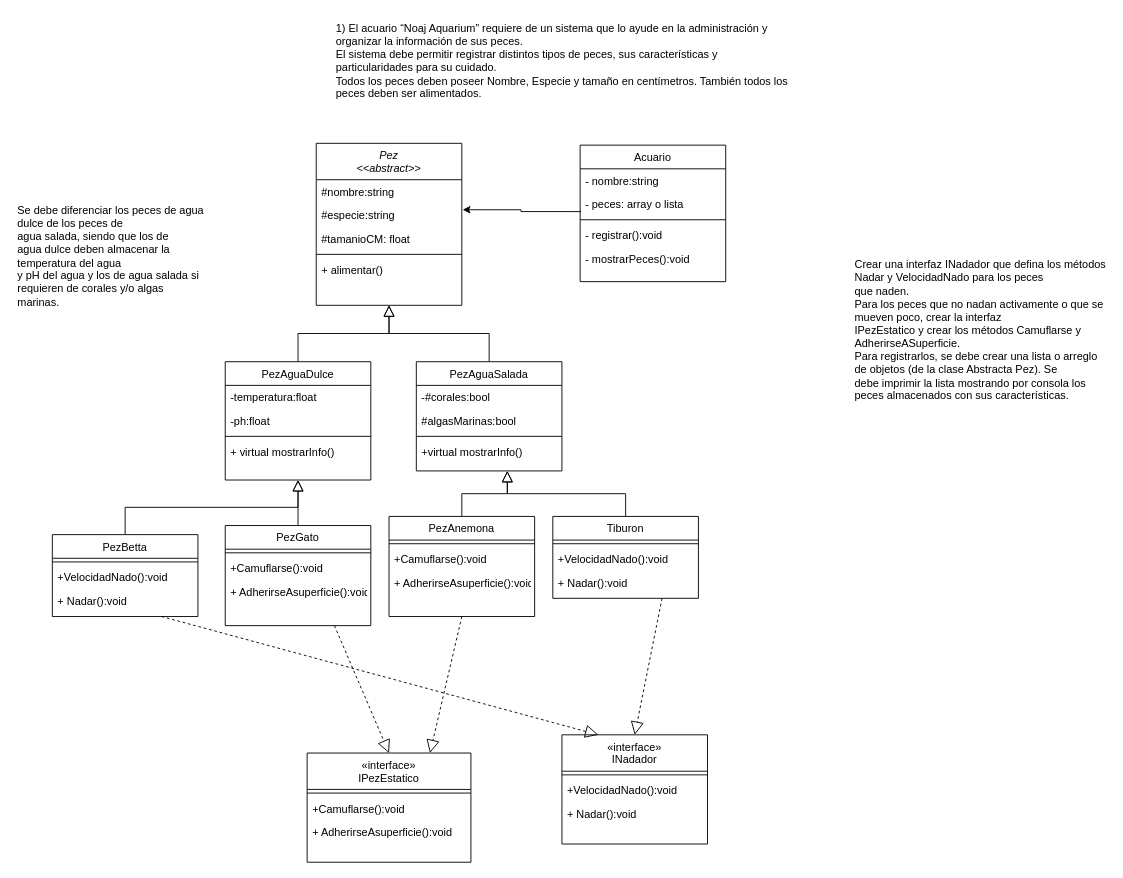
The draw.io diagram DesarrolloOrientadoObjetos/practicaParcial2/Acuario.drawio in monick96/PracticeCsharp, before the edit. Source tidied: cells renumbered, new cells numbered last; positions are measured from the earlier drawing's top-left corner, leaving out a move shared by most shapes. Both pictures are drawn from the tidied source at 91%, with x=0, y=0 at pixel (15, 15).
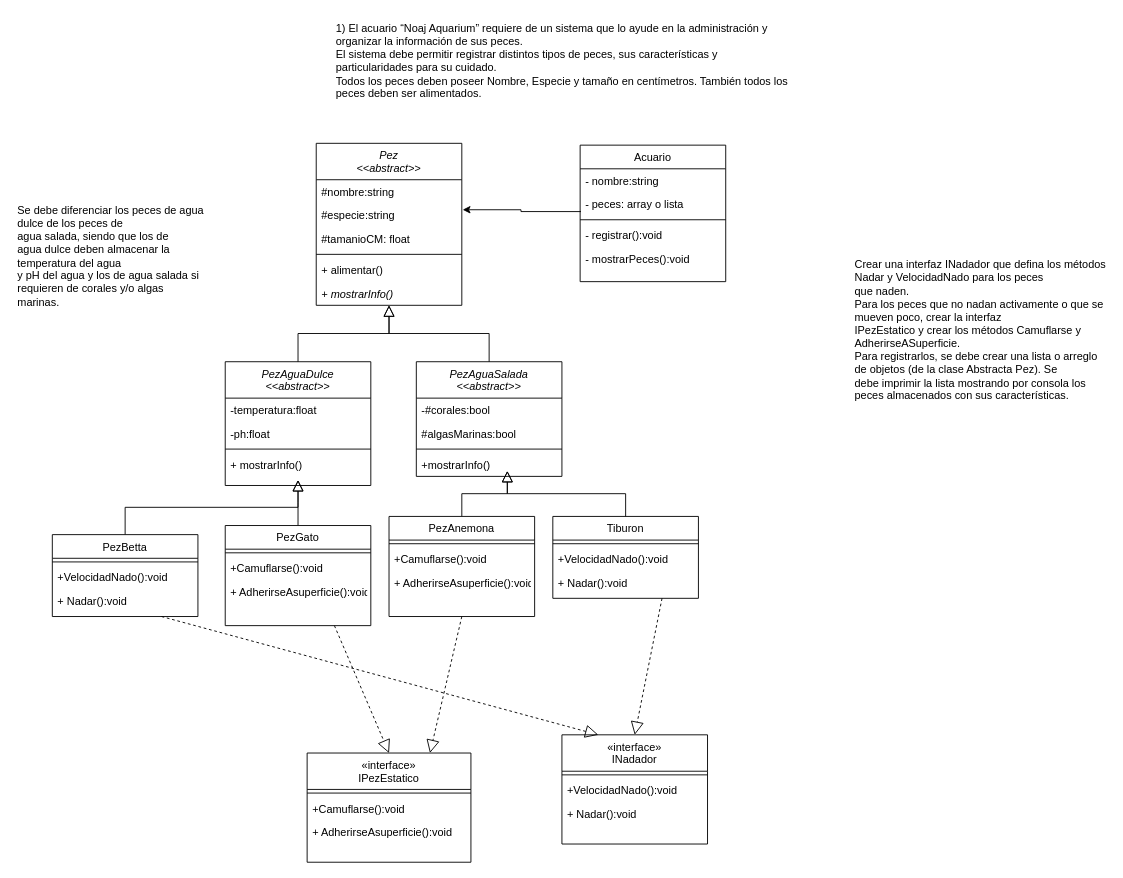
The same diagram, later.

Unchanged cells that the change refers to:
```xml
<mxCell id="2" value="Pez&#10;&lt;&lt;abstract&gt;&gt;" style="swimlane;fontStyle=2;align=center;verticalAlign=top;horizontal=1;startSize=40;rounded=0;shadow=0;strokeWidth=1;" parent="1" vertex="1">
  <mxGeometry x="330" y="140" width="160" height="178" as="geometry" />
</mxCell>
```

What changed in the source:
```diff
@@
+    <mxCell id="62" value="+ mostrarInfo()" style="text;align=left;verticalAlign=top;spacingLeft=4;spacingRight=4;overflow=hidden;fontStyle=2;" parent="2" vertex="1">
+      <mxGeometry y="152" width="160" height="26" as="geometry" />
+    </mxCell>
-    <mxCell id="8" value="PezAguaDulce" style="swimlane;fontStyle=0;align=center;verticalAlign=top;horizontal=1;startSize=26;rounded=0;shadow=0;strokeWidth=1;" parent="1" vertex="1">
-      <mxGeometry x="230" y="380" width="160" height="130" as="geometry" />
+    <mxCell id="8" value="PezAguaDulce&#10;&lt;&lt;abstract&gt;&gt;" style="swimlane;fontStyle=2;align=center;verticalAlign=top;horizontal=1;startSize=40;rounded=0;shadow=0;strokeWidth=1;" parent="1" vertex="1">
+      <mxGeometry x="230" y="380" width="160" height="136" as="geometry" />
     </mxCell>
     <mxCell id="9" value="-temperatura:float" style="text;align=left;verticalAlign=top;spacingLeft=4;spacingRight=4;overflow=hidden;" parent="8" vertex="1">
-      <mxGeometry y="26" width="160" height="26" as="geometry" />
+      <mxGeometry y="40" width="160" height="26" as="geometry" />
     </mxCell>
     <mxCell id="10" value="-ph:float" style="text;align=left;verticalAlign=top;spacingLeft=4;spacingRight=4;overflow=hidden;rounded=0;shadow=0;html=0;" parent="8" vertex="1">
-      <mxGeometry y="52" width="160" height="26" as="geometry" />
+      <mxGeometry y="66" width="160" height="26" as="geometry" />
     </mxCell>
     <mxCell id="11" style="line;html=1;strokeWidth=1;align=left;verticalAlign=middle;spacingTop=-1;spacingLeft=3;spacingRight=3;labelPosition=right;" parent="8" vertex="1">
-      <mxGeometry y="78" width="160" height="8" as="geometry" />
+      <mxGeometry y="92" width="160" height="8" as="geometry" />
     </mxCell>
-    <mxCell id="12" value="+ virtual mostrarInfo()" style="text;align=left;verticalAlign=top;spacingLeft=4;spacingRight=4;overflow=hidden;" parent="8" vertex="1">
-      <mxGeometry y="86" width="160" height="26" as="geometry" />
+    <mxCell id="12" value="+ mostrarInfo()" style="text;align=left;verticalAlign=top;spacingLeft=4;spacingRight=4;overflow=hidden;" parent="8" vertex="1">
+      <mxGeometry y="100" width="160" height="26" as="geometry" />
     </mxCell>
@@
-    <mxCell id="14" value="PezAguaSalada" style="swimlane;fontStyle=0;align=center;verticalAlign=top;horizontal=1;startSize=26;rounded=0;shadow=0;strokeWidth=1;" parent="1" vertex="1">
-      <mxGeometry x="440" y="380" width="160" height="120" as="geometry" />
+    <mxCell id="14" value="PezAguaSalada&#10;&lt;&lt;abstract&gt;&gt;" style="swimlane;fontStyle=2;align=center;verticalAlign=top;horizontal=1;startSize=40;rounded=0;shadow=0;strokeWidth=1;" parent="1" vertex="1">
+      <mxGeometry x="440" y="380" width="160" height="126" as="geometry" />
     </mxCell>
     <mxCell id="15" value="-#corales:bool" style="text;align=left;verticalAlign=top;spacingLeft=4;spacingRight=4;overflow=hidden;" parent="14" vertex="1">
-      <mxGeometry y="26" width="160" height="26" as="geometry" />
+      <mxGeometry y="40" width="160" height="26" as="geometry" />
     </mxCell>
     <mxCell id="16" value="#algasMarinas:bool" style="text;align=left;verticalAlign=top;spacingLeft=4;spacingRight=4;overflow=hidden;" parent="14" vertex="1">
-      <mxGeometry y="52" width="160" height="26" as="geometry" />
+      <mxGeometry y="66" width="160" height="26" as="geometry" />
     </mxCell>
     <mxCell id="17" style="line;html=1;strokeWidth=1;align=left;verticalAlign=middle;spacingTop=-1;spacingLeft=3;spacingRight=3;labelPosition=right;" parent="14" vertex="1">
-      <mxGeometry y="78" width="160" height="8" as="geometry" />
+      <mxGeometry y="92" width="160" height="8" as="geometry" />
     </mxCell>
-    <mxCell id="18" value="+virtual mostrarInfo()" style="text;align=left;verticalAlign=top;spacingLeft=4;spacingRight=4;overflow=hidden;" parent="14" vertex="1">
-      <mxGeometry y="86" width="160" height="26" as="geometry" />
+    <mxCell id="18" value="+mostrarInfo()" style="text;align=left;verticalAlign=top;spacingLeft=4;spacingRight=4;overflow=hidden;" parent="14" vertex="1">
+      <mxGeometry y="100" width="160" height="26" as="geometry" />
     </mxCell>
```
